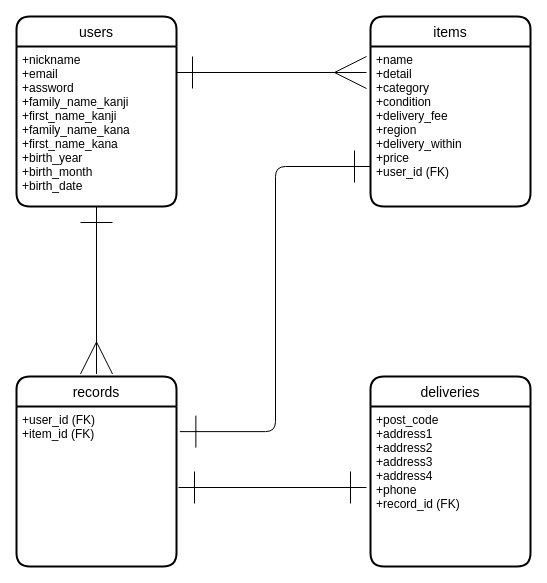
Before: furima.dio in deriya-a/furima--39154, a draw.io diagram. Source tidied: cells renumbered, new cells numbered last; positions are measured from the earlier drawing's top-left corner, leaving out a move shared by most shapes. Both pictures are drawn from the tidied source at 100%, with x=0, y=0 at pixel (16, 16).
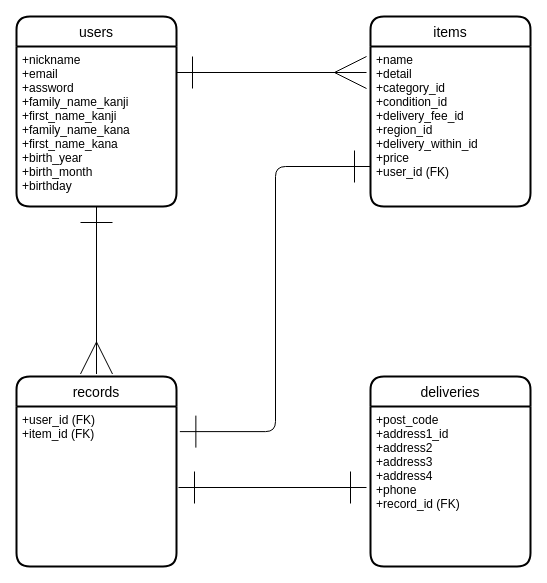
Above is the later version.

Change to the diagram source:
```diff
@@
 <mxGraphModel>
   <root>
     <mxCell id="0" />
     <mxCell id="1" parent="0" />
     <mxCell id="2" value="records" style="swimlane;horizontal=1;startSize=30;rounded=1;fontSize=14;fontStyle=0;strokeWidth=2;shadow=0;dashed=0;align=center;" parent="1" vertex="1">
       <mxGeometry y="360" width="160" height="190" as="geometry" />
     </mxCell>
     <mxCell id="3" value="+user_id (FK)&#10;+item_id (FK)" style="align=left;strokeColor=none;fillColor=none;spacingLeft=4;fontSize=12;verticalAlign=top;" parent="2" vertex="1">
       <mxGeometry y="30" width="160" height="160" as="geometry" />
     </mxCell>
     <mxCell id="4" value="deliveries" style="swimlane;horizontal=1;startSize=30;rounded=1;fontSize=14;fontStyle=0;strokeWidth=2;shadow=0;dashed=0;align=center;" parent="1" vertex="1">
       <mxGeometry x="354" y="360" width="160" height="190" as="geometry" />
     </mxCell>
-    <mxCell id="5" value="+post_code&#10;+address1&#10;+address2&#10;+address3&#10;+address4&#10;+phone&#10;+record_id (FK)" style="align=left;strokeColor=none;fillColor=none;spacingLeft=4;fontSize=12;verticalAlign=top;" parent="4" vertex="1">
+    <mxCell id="5" value="+post_code&#10;+address1_id&#10;+address2&#10;+address3&#10;+address4&#10;+phone&#10;+record_id (FK)" style="align=left;strokeColor=none;fillColor=none;spacingLeft=4;fontSize=12;verticalAlign=top;" parent="4" vertex="1">
       <mxGeometry y="30" width="160" height="160" as="geometry" />
     </mxCell>
     <mxCell id="6" value="users" style="swimlane;horizontal=1;startSize=30;rounded=1;fontSize=14;fontStyle=0;strokeWidth=2;shadow=0;dashed=0;align=center;" parent="1" vertex="1">
       <mxGeometry width="160" height="190" as="geometry" />
     </mxCell>
-    <mxCell id="7" value="+nickname&#10;+email&#10;+assword&#10;+family_name_kanji&#10;+first_name_kanji&#10;+family_name_kana&#10;+first_name_kana&#10;+birth_year&#10;+birth_month&#10;+birth_date" style="align=left;strokeColor=none;fillColor=none;spacingLeft=4;fontSize=12;verticalAlign=top;" parent="6" vertex="1">
+    <mxCell id="7" value="+nickname&#10;+email&#10;+assword&#10;+family_name_kanji&#10;+first_name_kanji&#10;+family_name_kana&#10;+first_name_kana&#10;+birth_year&#10;+birth_month&#10;+birthday" style="align=left;strokeColor=none;fillColor=none;spacingLeft=4;fontSize=12;verticalAlign=top;" parent="6" vertex="1">
       <mxGeometry y="30" width="160" height="160" as="geometry" />
     </mxCell>
     <mxCell id="8" value="items" style="swimlane;horizontal=1;startSize=30;rounded=1;fontSize=14;fontStyle=0;strokeWidth=2;shadow=0;dashed=0;align=center;" parent="1" vertex="1">
       <mxGeometry x="354" width="160" height="190" as="geometry" />
     </mxCell>
-    <mxCell id="9" value="+name&#10;+detail&#10;+category&#10;+condition&#10;+delivery_fee&#10;+region&#10;+delivery_within&#10;+price&#10;+user_id (FK)" style="align=left;strokeColor=none;fillColor=none;spacingLeft=4;fontSize=12;verticalAlign=top;" parent="8" vertex="1">
+    <mxCell id="9" value="+name&#10;+detail&#10;+category_id&#10;+condition_id&#10;+delivery_fee_id&#10;+region_id&#10;+delivery_within_id&#10;+price&#10;+user_id (FK)" style="align=left;strokeColor=none;fillColor=none;spacingLeft=4;fontSize=12;verticalAlign=top;" parent="8" vertex="1">
       <mxGeometry y="30" width="160" height="160" as="geometry" />
     </mxCell>
     <mxCell id="10" style="edgeStyle=none;html=1;endArrow=ERmany;endFill=0;endSize=30;startArrow=ERone;startFill=0;sourcePerimeterSpacing=0;startSize=30;" parent="1" edge="1">
       <mxGeometry relative="1" as="geometry">
         <mxPoint x="160" y="56" as="sourcePoint" />
         <mxPoint x="350" y="56" as="targetPoint" />
       </mxGeometry>
     </mxCell>
     <mxCell id="11" style="edgeStyle=none;html=1;startArrow=ERone;startFill=0;endArrow=ERmany;endFill=0;startSize=30;endSize=30;sourcePerimeterSpacing=0;entryX=0.5;entryY=-0.013;entryDx=0;entryDy=0;entryPerimeter=0;" parent="1" edge="1" source="7" target="2">
       <mxGeometry relative="1" as="geometry" />
     </mxCell>
     <mxCell id="12" style="edgeStyle=elbowEdgeStyle;html=1;startArrow=ERone;startFill=0;endArrow=ERone;endFill=0;startSize=30;endSize=30;sourcePerimeterSpacing=0;exitX=1.021;exitY=0.157;exitDx=0;exitDy=0;exitPerimeter=0;entryX=0;entryY=0.75;entryDx=0;entryDy=0;" parent="1" edge="1" source="3" target="9">
       <mxGeometry relative="1" as="geometry" />
     </mxCell>
     <mxCell id="13" style="html=1;startArrow=ERone;startFill=0;endArrow=ERone;endFill=0;startSize=30;endSize=30;sourcePerimeterSpacing=0;" parent="1" edge="1">
       <mxGeometry relative="1" as="geometry">
         <mxPoint x="162" y="471" as="sourcePoint" />
         <mxPoint x="350" y="471" as="targetPoint" />
       </mxGeometry>
     </mxCell>
   </root>
 </mxGraphModel>
```
